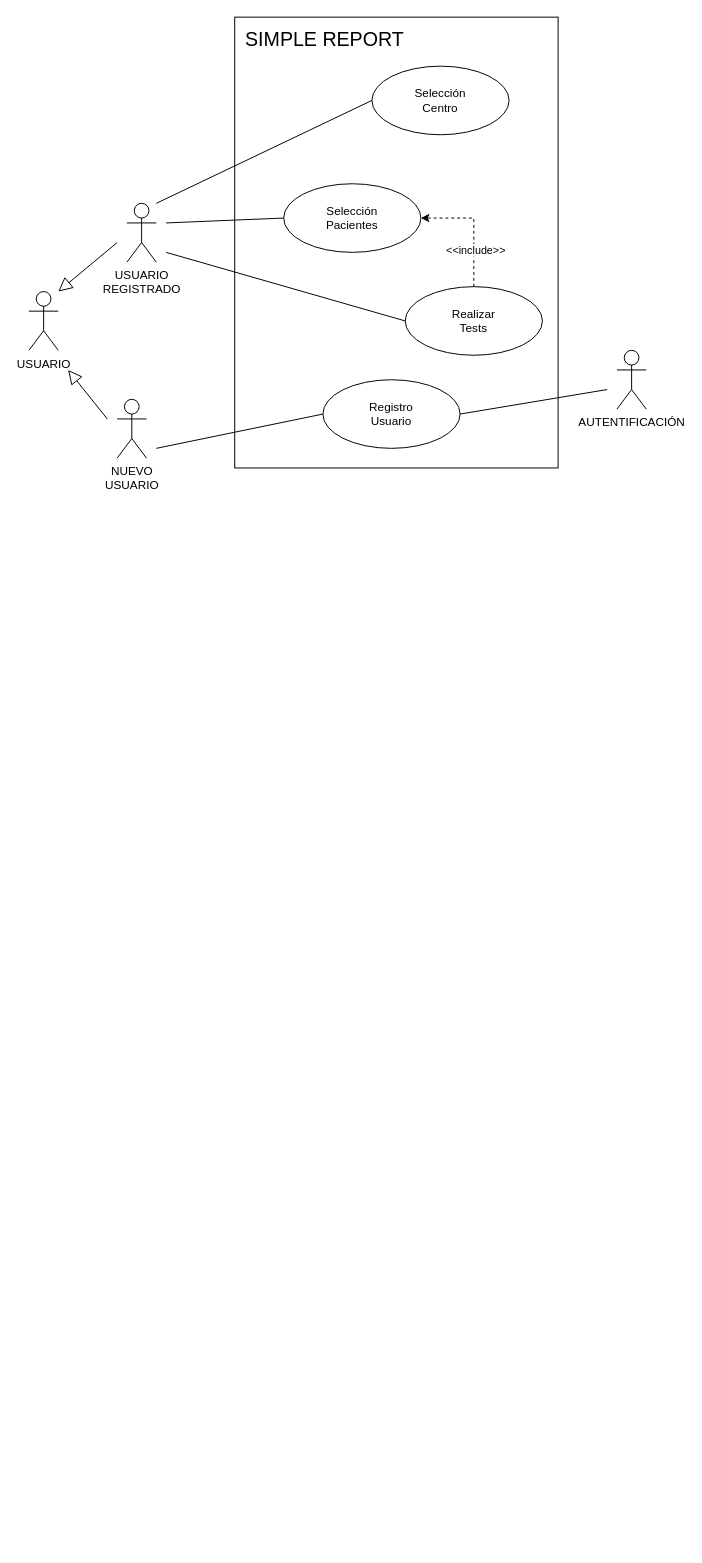
The draw.io diagram Vista de Escenarios.drawio in pardo-13/AISS-Proyecto-Arquitectura, before the edit. Source tidied: cells renumbered, new cells numbered last; positions are measured from the earlier drawing's top-left corner, leaving out a move shared by most shapes. Both pictures are drawn from the tidied source at 98%, with x=0, y=0 at pixel (28, 17).
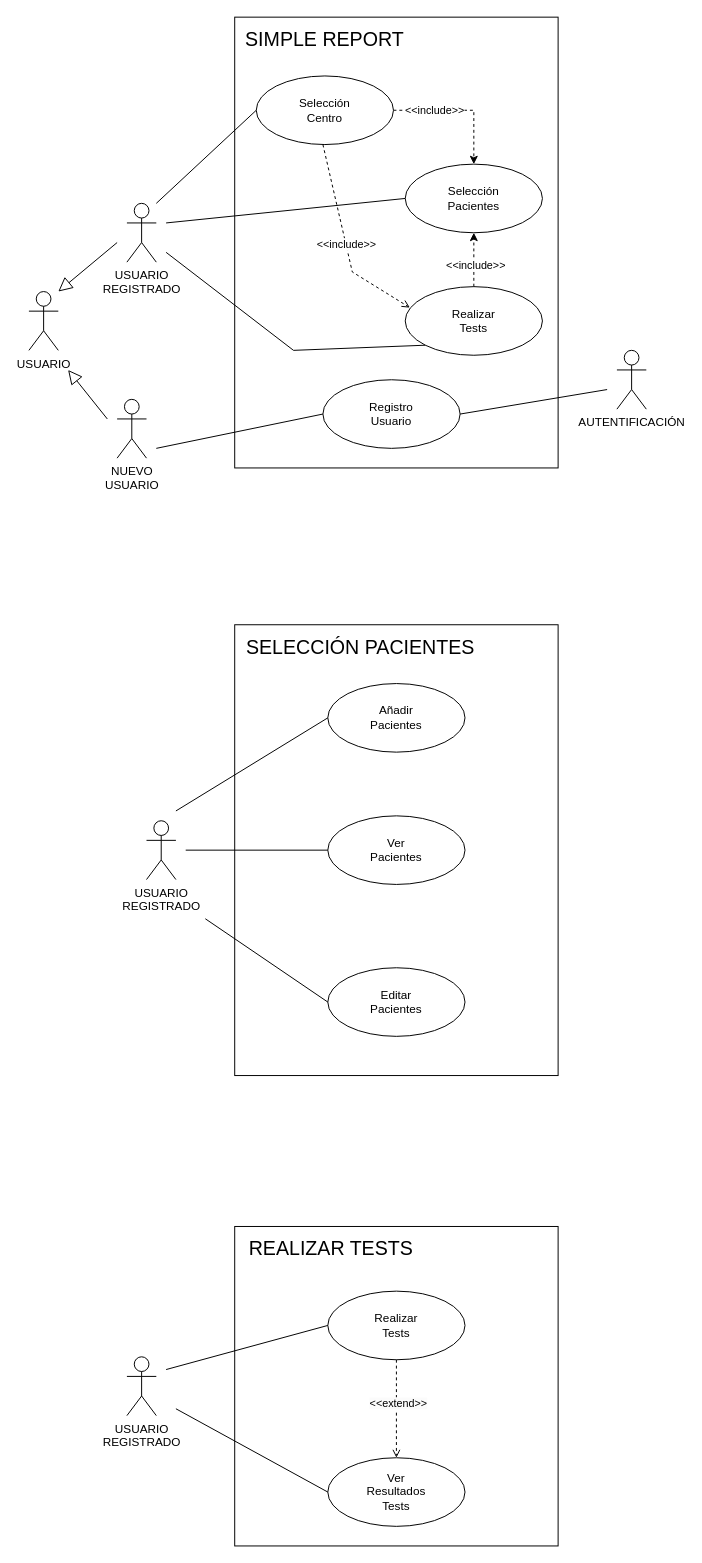
Above is the later version.

The change refers to these unchanged cells:
```xml
<mxCell id="15" value="Realizar&lt;div&gt;Tests&lt;/div&gt;" style="ellipse;whiteSpace=wrap;html=1;" parent="1" vertex="1">
  <mxGeometry x="384" y="275" width="140" height="70" as="geometry" />
</mxCell>
```

Diff of the diagram source:
```diff
@@
+    <mxCell id="21" style="edgeStyle=orthogonalEdgeStyle;rounded=0;jettySize=auto;html=1;exitX=1;exitY=0.5;exitDx=0;exitDy=0;entryX=0.5;entryY=0;entryDx=0;entryDy=0;dashed=1;" parent="1" edge="1" source="11" target="12">
+      <mxGeometry relative="1" as="geometry" />
+    </mxCell>
+    <mxCell id="22" value="&amp;lt;&amp;lt;include&amp;gt;&amp;gt;" style="edgeLabel;html=1;align=center;verticalAlign=middle;" parent="21" vertex="1">
+      <mxGeometry x="-0.12" y="1" relative="1" as="geometry">
+        <mxPoint x="-19" as="offset" />
+      </mxGeometry>
+    </mxCell>
     <mxCell id="11" value="Selección&lt;div&gt;Centro&lt;/div&gt;" style="ellipse;whiteSpace=wrap;html=1;" parent="1" vertex="1">
-      <mxGeometry x="350" y="50" width="140" height="70" as="geometry" />
+      <mxGeometry x="232" y="60" width="140" height="70" as="geometry" />
     </mxCell>
     <mxCell id="12" value="Selección&lt;div&gt;Pacientes&lt;/div&gt;" style="ellipse;whiteSpace=wrap;html=1;" parent="1" vertex="1">
-      <mxGeometry x="260" y="170" width="140" height="70" as="geometry" />
+      <mxGeometry x="384" y="150" width="140" height="70" as="geometry" />
     </mxCell>
-    <mxCell id="13" style="edgeStyle=orthogonalEdgeStyle;rounded=0;jettySize=auto;html=1;entryX=1;entryY=0.5;entryDx=0;entryDy=0;dashed=1;" parent="1" edge="1" source="15" target="12">
+    <mxCell id="13" style="edgeStyle=orthogonalEdgeStyle;rounded=0;jettySize=auto;html=1;entryX=0.5;entryY=1;entryDx=0;entryDy=0;dashed=1;" parent="1" edge="1" source="15" target="12">
       <mxGeometry relative="1" as="geometry" />
     </mxCell>
     <mxCell id="14" value="&amp;lt;&amp;lt;include&amp;gt;&amp;gt;" style="edgeLabel;html=1;align=center;verticalAlign=middle;" parent="13" vertex="1">
-      <mxGeometry x="-0.39" y="-1" relative="1" as="geometry" />
+      <mxGeometry x="-0.39" y="-1" relative="1" as="geometry">
+        <mxPoint y="-6" as="offset" />
+      </mxGeometry>
     </mxCell>
@@
-    <mxCell id="17" style="edgeStyle=none;html=1;endArrow=none;verticalAlign=bottom;rounded=0;entryX=0;entryY=0.5;entryDx=0;entryDy=0;" parent="1" edge="1" target="15">
+    <mxCell id="17" style="edgeStyle=none;html=1;endArrow=none;verticalAlign=bottom;rounded=0;entryX=0;entryY=1;entryDx=0;entryDy=0;" parent="1" edge="1" target="15">
       <mxGeometry relative="1" as="geometry">
         <mxPoint x="140" y="240" as="sourcePoint" />
+        <Array as="points">
+          <mxPoint x="270" y="340" />
+        </Array>
       </mxGeometry>
     </mxCell>
@@
+    <mxCell id="23" style="edgeStyle=none;html=1;endArrow=open;verticalAlign=bottom;dashed=1;labelBackgroundColor=none;rounded=0;entryX=0.034;entryY=0.306;entryDx=0;entryDy=0;entryPerimeter=0;" parent="1" edge="1" target="15">
+      <mxGeometry relative="1" as="geometry">
+        <mxPoint x="300" y="130" as="sourcePoint" />
+        <Array as="points">
+          <mxPoint x="330" y="260" />
+        </Array>
+      </mxGeometry>
+    </mxCell>
+    <mxCell id="24" value="&amp;lt;&amp;lt;include&amp;gt;&amp;gt;" style="edgeLabel;html=1;align=center;verticalAlign=middle;" parent="23" vertex="1">
+      <mxGeometry x="0.06" y="1" relative="1" as="geometry">
+        <mxPoint x="-2" y="-3" as="offset" />
+      </mxGeometry>
+    </mxCell>
+    <mxCell id="25" style="rounded=0;whiteSpace=wrap;html=1;" parent="1" vertex="1">
+      <mxGeometry x="210" y="620" width="330" height="460" as="geometry" />
+    </mxCell>
+    <mxCell id="26" value="&lt;font style=&quot;font-size: 20px;&quot;&gt;SELECCIÓN PACIENTES&lt;/font&gt;" style="text;html=1;align=center;verticalAlign=middle;whiteSpace=wrap;rounded=0;" parent="1" vertex="1">
+      <mxGeometry x="187" y="627" width="303" height="30" as="geometry" />
+    </mxCell>
+    <mxCell id="27" value="USUARIO&lt;div&gt;REGISTRADO&lt;/div&gt;" style="shape=umlActor;html=1;verticalLabelPosition=bottom;verticalAlign=top;align=center;" parent="1" vertex="1">
+      <mxGeometry x="120" y="820" width="30" height="60" as="geometry" />
+    </mxCell>
+    <mxCell id="28" value="Ver&lt;div&gt;Pacientes&lt;/div&gt;" style="ellipse;whiteSpace=wrap;html=1;" parent="1" vertex="1">
+      <mxGeometry x="305" y="815" width="140" height="70" as="geometry" />
+    </mxCell>
+    <mxCell id="29" value="Añadir&lt;div&gt;Pacientes&lt;/div&gt;" style="ellipse;whiteSpace=wrap;html=1;" parent="1" vertex="1">
+      <mxGeometry x="305" y="680" width="140" height="70" as="geometry" />
+    </mxCell>
+    <mxCell id="30" value="Editar&lt;div&gt;Pacientes&lt;/div&gt;" style="ellipse;whiteSpace=wrap;html=1;" parent="1" vertex="1">
+      <mxGeometry x="305" y="970" width="140" height="70" as="geometry" />
+    </mxCell>
+    <mxCell id="31" style="edgeStyle=none;html=1;endArrow=none;verticalAlign=bottom;rounded=0;entryX=0;entryY=0.5;entryDx=0;entryDy=0;" parent="1" edge="1" target="29">
+      <mxGeometry relative="1" as="geometry">
+        <mxPoint x="150" y="810" as="sourcePoint" />
+      </mxGeometry>
+    </mxCell>
+    <mxCell id="32" style="edgeStyle=none;html=1;endArrow=none;verticalAlign=bottom;rounded=0;entryX=0;entryY=0.5;entryDx=0;entryDy=0;" parent="1" edge="1" target="28">
+      <mxGeometry relative="1" as="geometry">
+        <mxPoint x="160" y="850" as="sourcePoint" />
+      </mxGeometry>
+    </mxCell>
+    <mxCell id="33" style="edgeStyle=none;html=1;endArrow=none;verticalAlign=bottom;rounded=0;entryX=0;entryY=0.5;entryDx=0;entryDy=0;" parent="1" edge="1" target="30">
+      <mxGeometry relative="1" as="geometry">
+        <mxPoint x="180" y="920" as="sourcePoint" />
+      </mxGeometry>
+    </mxCell>
+    <mxCell id="34" style="rounded=0;whiteSpace=wrap;html=1;" parent="1" vertex="1">
+      <mxGeometry x="210" y="1234" width="330" height="326" as="geometry" />
+    </mxCell>
+    <mxCell id="35" value="&lt;font style=&quot;font-size: 20px;&quot;&gt;REALIZAR TESTS&lt;/font&gt;" style="text;html=1;align=center;verticalAlign=middle;whiteSpace=wrap;rounded=0;" parent="1" vertex="1">
+      <mxGeometry x="187" y="1241" width="243" height="30" as="geometry" />
+    </mxCell>
+    <mxCell id="36" value="USUARIO&lt;div&gt;REGISTRADO&lt;/div&gt;" style="shape=umlActor;html=1;verticalLabelPosition=bottom;verticalAlign=top;align=center;" parent="1" vertex="1">
+      <mxGeometry x="100" y="1367" width="30" height="60" as="geometry" />
+    </mxCell>
+    <mxCell id="37" value="Realizar&lt;div&gt;Tests&lt;/div&gt;" style="ellipse;whiteSpace=wrap;html=1;" parent="1" vertex="1">
+      <mxGeometry x="305" y="1300" width="140" height="70" as="geometry" />
+    </mxCell>
+    <mxCell id="38" value="Ver&lt;br&gt;Resultados&lt;div&gt;Tests&lt;/div&gt;" style="ellipse;whiteSpace=wrap;html=1;" parent="1" vertex="1">
+      <mxGeometry x="305" y="1470" width="140" height="70" as="geometry" />
+    </mxCell>
+    <mxCell id="39" style="edgeStyle=none;html=1;endArrow=none;verticalAlign=bottom;rounded=0;entryX=0;entryY=0.5;entryDx=0;entryDy=0;" parent="1" edge="1" target="37">
+      <mxGeometry relative="1" as="geometry">
+        <mxPoint x="140" y="1380" as="sourcePoint" />
+      </mxGeometry>
+    </mxCell>
+    <mxCell id="40" style="edgeStyle=none;html=1;endArrow=none;verticalAlign=bottom;rounded=0;entryX=0;entryY=0.5;entryDx=0;entryDy=0;" parent="1" edge="1" target="38">
+      <mxGeometry relative="1" as="geometry">
+        <mxPoint x="150" y="1420" as="sourcePoint" />
+      </mxGeometry>
+    </mxCell>
+    <mxCell id="41" style="edgeStyle=none;html=1;endArrow=open;verticalAlign=bottom;dashed=1;labelBackgroundColor=none;rounded=0;exitX=0.5;exitY=1;exitDx=0;exitDy=0;entryX=0.5;entryY=0;entryDx=0;entryDy=0;" parent="1" edge="1" source="37" target="38">
+      <mxGeometry relative="1" as="geometry" />
+    </mxCell>
+    <mxCell id="42" value="&lt;span style=&quot;background-color: rgb(251, 251, 251);&quot;&gt;&amp;lt;&amp;lt;extend&amp;gt;&amp;gt;&lt;/span&gt;" style="edgeLabel;html=1;align=center;verticalAlign=middle;" parent="41" vertex="1">
+      <mxGeometry x="-0.12" y="1" relative="1" as="geometry" />
+    </mxCell>
```
